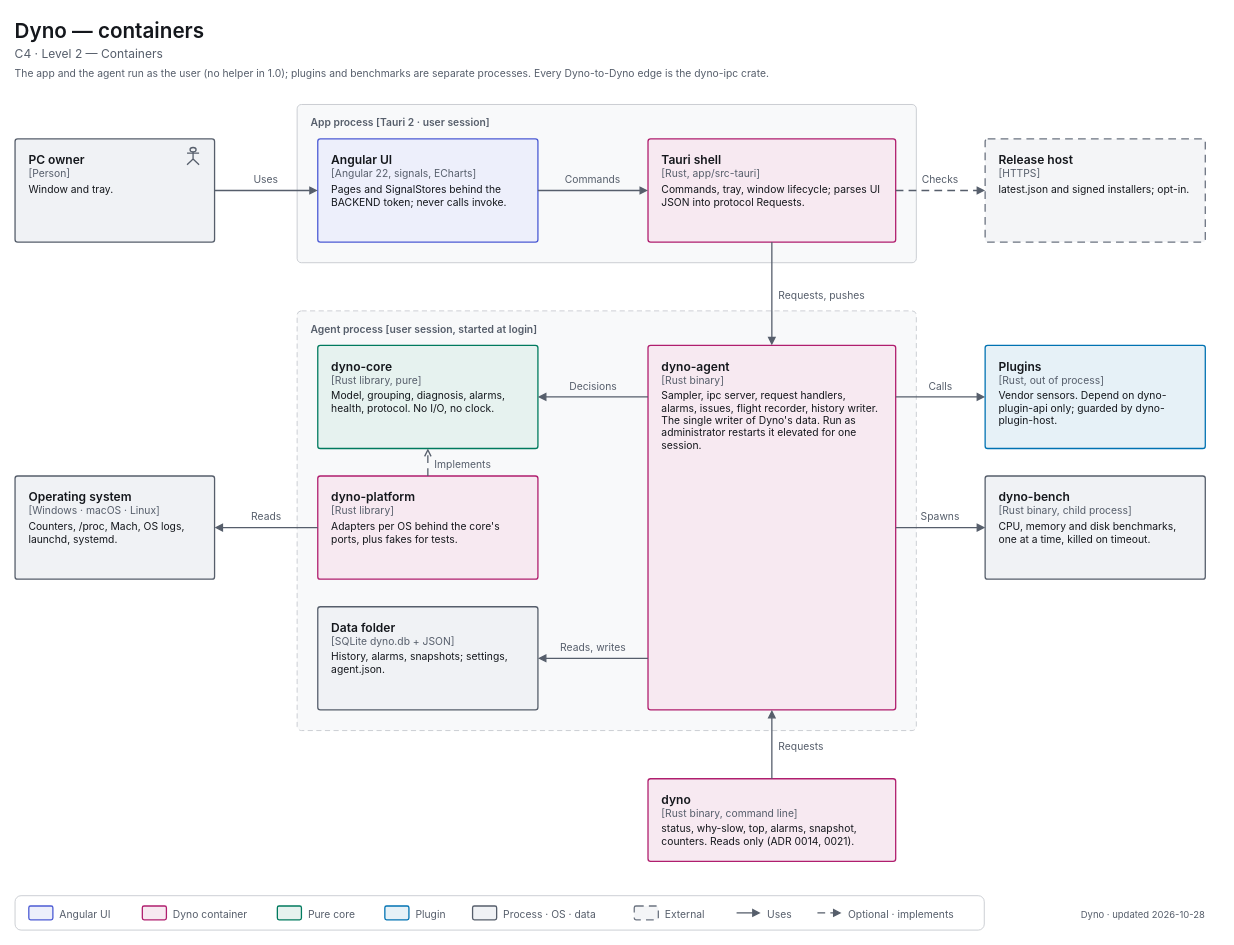
decryp7/paddock keeps this draw.io diagram as apps/dyno/diagrams/c4-2-containers.drawio. Above is the earlier version. Source tidied: cells renumbered, new cells numbered last; positions are measured from the earlier drawing's top-left corner, leaving out a move shared by most shapes. Both pictures are drawn from the tidied source at 86%, with x=0, y=0 at pixel (15, 15).
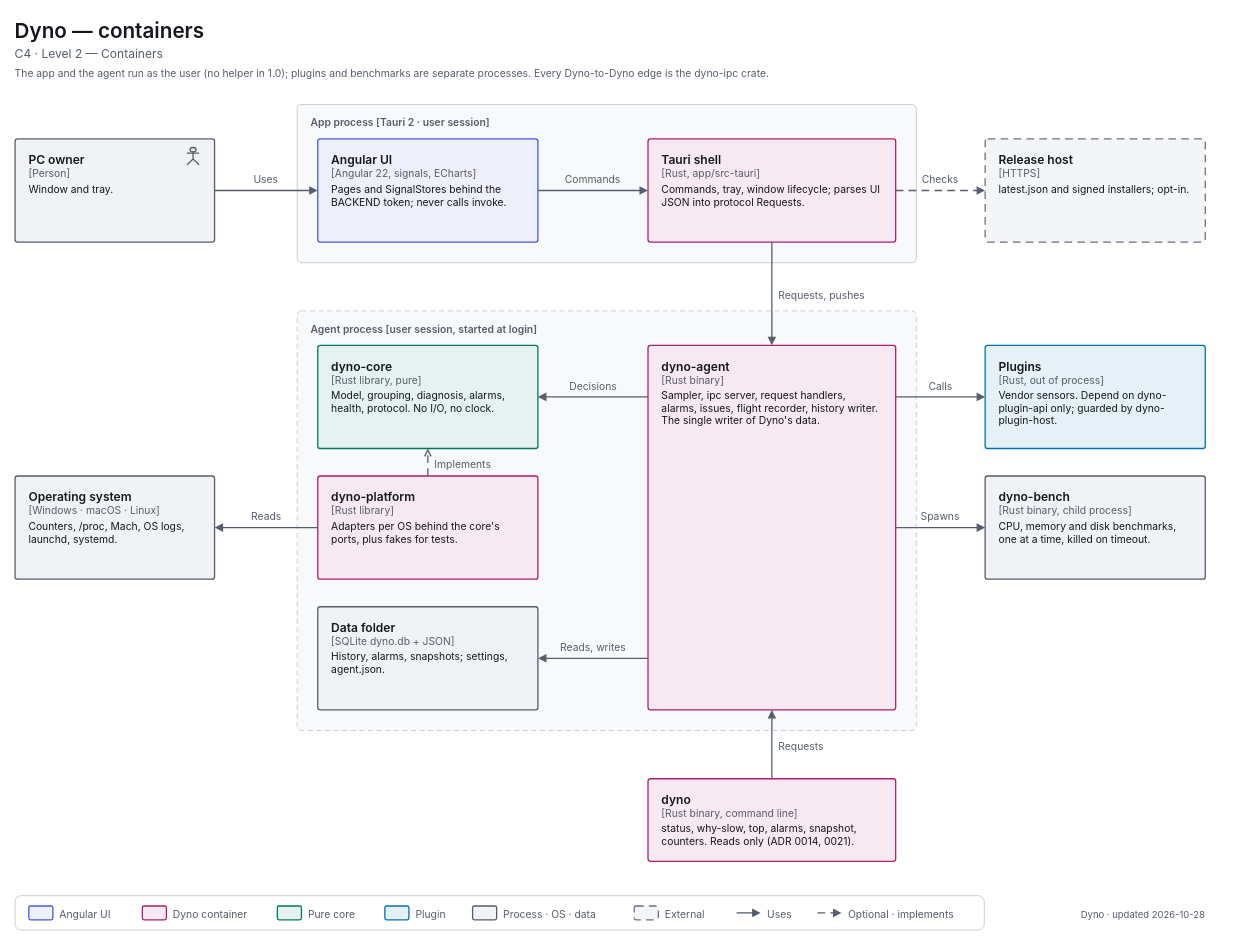
The same page after the edit.

What changed in the source:
```diff
@@
-    <mxCell id="15" value="&lt;span style=&quot;font-size:14px;font-weight:600&quot;&gt;dyno-agent&lt;/span&gt;&lt;br&gt;&lt;span style=&quot;font-size:12px;color:light-dark(#565E6B,#A0A7B2)&quot;&gt;[Rust binary]&lt;/span&gt;&lt;br&gt;&lt;div style=&quot;margin-top:4px;font-size:12px&quot;&gt;Sampler, ipc server, request handlers, alarms, issues, flight recorder, history writer. The single writer of Dyno's data. Run as administrator restarts it elevated for one session.&lt;/div&gt;" style="html=1;whiteSpace=wrap;fontFamily=-apple-system,BlinkMacSystemFont,Segoe UI,system-ui,sans-serif;fontSize=12;fontColor=light-dark(#14171C,#ECEEF1);rounded=1;absoluteArcSize=1;arcSize=6;strokeWidth=1.5;strokeColor=light-dark(#B01E6E,#F063A8);fillColor=light-dark(#F7E9F1,#382332);align=left;verticalAlign=top;spacingLeft=14;spacingRight=14;spacingTop=10;spacingBottom=8;" parent="1" vertex="1">
+    <mxCell id="15" value="&lt;span style=&quot;font-size:14px;font-weight:600&quot;&gt;dyno-agent&lt;/span&gt;&lt;br&gt;&lt;span style=&quot;font-size:12px;color:light-dark(#565E6B,#A0A7B2)&quot;&gt;[Rust binary]&lt;/span&gt;&lt;br&gt;&lt;div style=&quot;margin-top:4px;font-size:12px&quot;&gt;Sampler, ipc server, request handlers, alarms, issues, flight recorder, history writer. The single writer of Dyno's data.&lt;/div&gt;" style="html=1;whiteSpace=wrap;fontFamily=-apple-system,BlinkMacSystemFont,Segoe UI,system-ui,sans-serif;fontSize=12;fontColor=light-dark(#14171C,#ECEEF1);rounded=1;absoluteArcSize=1;arcSize=6;strokeWidth=1.5;strokeColor=light-dark(#B01E6E,#F063A8);fillColor=light-dark(#F7E9F1,#382332);align=left;verticalAlign=top;spacingLeft=14;spacingRight=14;spacingTop=10;spacingBottom=8;" parent="1" vertex="1">
       <mxGeometry x="736" y="384" width="288" height="424" as="geometry" />
     </mxCell>
```
